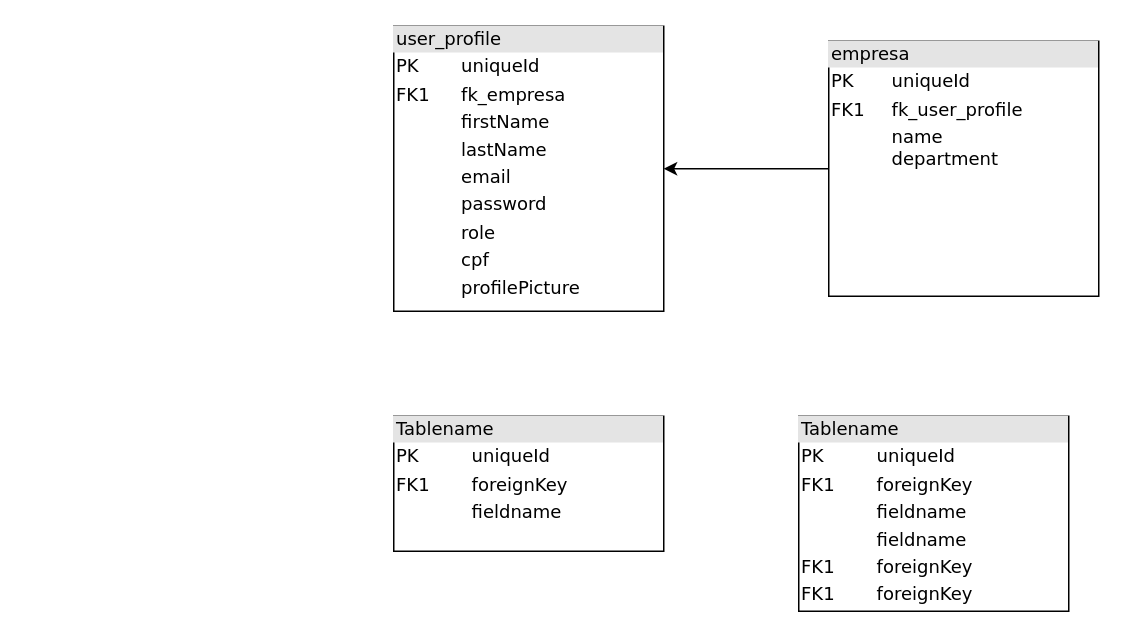
This is test.drawio from Pelifefe/learn-nodejs, a draw.io file, before an edit. Source tidied: cells renumbered, new cells numbered last; positions are measured from the earlier drawing's top-left corner, leaving out a move shared by most shapes. Both pictures are drawn from the tidied source at 150%, with x=0, y=0 at pixel (393, 26).
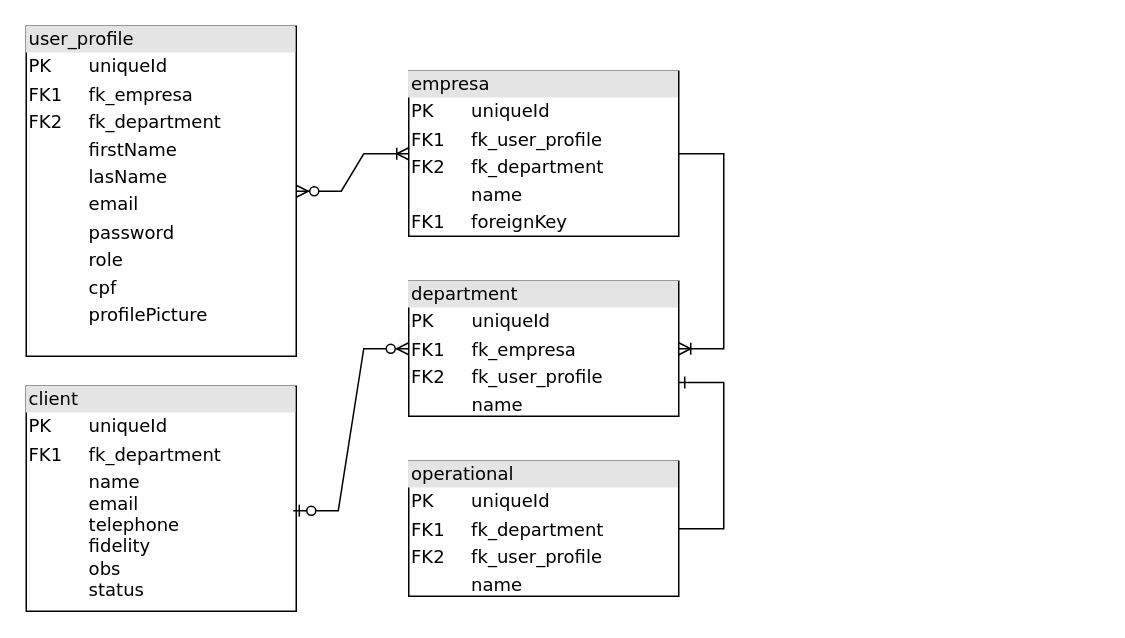
The same diagram, later.

Commit message:
update model ominitrix

Diff of the diagram source:
```diff
@@
 <mxGraphModel>
   <root>
     <mxCell id="0" />
     <mxCell id="1" parent="0" />
-    <mxCell id="2" value="&lt;div style=&quot;box-sizing:border-box;width:100%;background:#e4e4e4;padding:2px;&quot;&gt;Tablename&lt;/div&gt;&lt;table style=&quot;width:100%;font-size:1em;&quot; cellpadding=&quot;2&quot; cellspacing=&quot;0&quot;&gt;&lt;tr&gt;&lt;td&gt;PK&lt;/td&gt;&lt;td&gt;uniqueId&lt;/td&gt;&lt;/tr&gt;&lt;tr&gt;&lt;td&gt;FK1&lt;/td&gt;&lt;td&gt;foreignKey&lt;/td&gt;&lt;/tr&gt;&lt;tr&gt;&lt;td&gt;&lt;/td&gt;&lt;td&gt;fieldname&lt;/td&gt;&lt;/tr&gt;&lt;/table&gt;" style="verticalAlign=top;align=left;overflow=fill;html=1;rounded=0;shadow=0;comic=0;labelBackgroundColor=none;strokeWidth=1;fontFamily=Verdana;fontSize=12;" parent="1" vertex="1">
-      <mxGeometry y="260" width="180" height="90" as="geometry" />
+    <mxCell id="2" value="&lt;div style=&quot;box-sizing: border-box; width: 100%; background: rgb(228, 228, 228); padding: 2px;&quot;&gt;client&lt;/div&gt;&lt;table style=&quot;width:100%;font-size:1em;&quot; cellpadding=&quot;2&quot; cellspacing=&quot;0&quot;&gt;&lt;tbody&gt;&lt;tr&gt;&lt;td&gt;PK&lt;/td&gt;&lt;td&gt;uniqueId&lt;/td&gt;&lt;/tr&gt;&lt;tr&gt;&lt;td&gt;FK1&lt;/td&gt;&lt;td&gt;fk_department&lt;/td&gt;&lt;/tr&gt;&lt;tr&gt;&lt;td&gt;&lt;/td&gt;&lt;td&gt;name&lt;br&gt;email&lt;br&gt;telephone&lt;br&gt;fidelity&lt;br&gt;obs&lt;br&gt;status&lt;br&gt;&lt;br&gt;&lt;/td&gt;&lt;/tr&gt;&lt;/tbody&gt;&lt;/table&gt;" style="verticalAlign=top;align=left;overflow=fill;html=1;rounded=0;shadow=0;comic=0;labelBackgroundColor=none;strokeWidth=1;fontFamily=Verdana;fontSize=12;" parent="1" vertex="1">
+      <mxGeometry x="-245" y="240" width="180" height="150" as="geometry" />
     </mxCell>
-    <mxCell id="3" value="&lt;div style=&quot;box-sizing: border-box ; width: 100% ; background: #e4e4e4 ; padding: 2px&quot;&gt;Tablename&lt;/div&gt;&lt;table style=&quot;width: 100% ; font-size: 1em&quot; cellpadding=&quot;2&quot; cellspacing=&quot;0&quot;&gt;&lt;tbody&gt;&lt;tr&gt;&lt;td&gt;PK&lt;/td&gt;&lt;td&gt;uniqueId&lt;/td&gt;&lt;/tr&gt;&lt;tr&gt;&lt;td&gt;FK1&lt;/td&gt;&lt;td&gt;foreignKey&lt;/td&gt;&lt;/tr&gt;&lt;tr&gt;&lt;td&gt;&lt;/td&gt;&lt;td&gt;fieldname&lt;/td&gt;&lt;/tr&gt;&lt;tr&gt;&lt;td&gt;&lt;br&gt;&lt;/td&gt;&lt;td&gt;fieldname&lt;br&gt;&lt;/td&gt;&lt;/tr&gt;&lt;tr&gt;&lt;td&gt;FK1&lt;br&gt;&lt;/td&gt;&lt;td&gt;foreignKey&lt;br&gt;&lt;/td&gt;&lt;/tr&gt;&lt;tr&gt;&lt;td&gt;FK1&lt;br&gt;&lt;/td&gt;&lt;td&gt;foreignKey&lt;br&gt;&lt;/td&gt;&lt;/tr&gt;&lt;/tbody&gt;&lt;/table&gt;" style="verticalAlign=top;align=left;overflow=fill;html=1;rounded=0;shadow=0;comic=0;labelBackgroundColor=none;strokeWidth=1;fontFamily=Verdana;fontSize=12;" parent="1" vertex="1">
-      <mxGeometry x="270" y="260" width="180" height="130" as="geometry" />
+    <mxCell id="3" value="&lt;div style=&quot;box-sizing: border-box; width: 100%; background: rgb(228, 228, 228); padding: 2px;&quot;&gt;department&lt;/div&gt;&lt;table style=&quot;width: 100% ; font-size: 1em&quot; cellpadding=&quot;2&quot; cellspacing=&quot;0&quot;&gt;&lt;tbody&gt;&lt;tr&gt;&lt;td&gt;PK&lt;/td&gt;&lt;td&gt;uniqueId&lt;/td&gt;&lt;/tr&gt;&lt;tr&gt;&lt;td&gt;FK1&lt;/td&gt;&lt;td&gt;fk_empresa&lt;/td&gt;&lt;/tr&gt;&lt;tr&gt;&lt;td&gt;FK2&lt;/td&gt;&lt;td&gt;fk_user_profile&lt;/td&gt;&lt;/tr&gt;&lt;tr&gt;&lt;td&gt;&lt;br&gt;&lt;/td&gt;&lt;td&gt;name&lt;/td&gt;&lt;/tr&gt;&lt;tr&gt;&lt;td&gt;&lt;br&gt;&lt;/td&gt;&lt;td&gt;&lt;br&gt;&lt;/td&gt;&lt;/tr&gt;&lt;tr&gt;&lt;td&gt;&lt;br&gt;&lt;/td&gt;&lt;td&gt;&lt;br&gt;&lt;/td&gt;&lt;/tr&gt;&lt;/tbody&gt;&lt;/table&gt;" style="verticalAlign=top;align=left;overflow=fill;html=1;rounded=0;shadow=0;comic=0;labelBackgroundColor=none;strokeWidth=1;fontFamily=Verdana;fontSize=12;" parent="1" vertex="1">
+      <mxGeometry x="10" y="170" width="180" height="90" as="geometry" />
     </mxCell>
-    <mxCell id="4" value="&lt;div style=&quot;box-sizing: border-box; width: 100%; background: rgb(228, 228, 228); padding: 2px;&quot;&gt;user_profile&lt;/div&gt;&lt;table style=&quot;width: 100% ; font-size: 1em&quot; cellpadding=&quot;2&quot; cellspacing=&quot;0&quot;&gt;&lt;tbody&gt;&lt;tr&gt;&lt;td&gt;PK&lt;/td&gt;&lt;td&gt;uniqueId&lt;/td&gt;&lt;/tr&gt;&lt;tr&gt;&lt;td&gt;FK1&lt;/td&gt;&lt;td&gt;fk_empresa&lt;/td&gt;&lt;/tr&gt;&lt;tr&gt;&lt;td&gt;&lt;/td&gt;&lt;td&gt;firstName&lt;/td&gt;&lt;/tr&gt;&lt;tr&gt;&lt;td&gt;&lt;br&gt;&lt;/td&gt;&lt;td&gt;lastName&lt;br&gt;&lt;/td&gt;&lt;/tr&gt;&lt;tr&gt;&lt;td&gt;&lt;br&gt;&lt;/td&gt;&lt;td&gt;email&lt;br&gt;&lt;/td&gt;&lt;/tr&gt;&lt;tr&gt;&lt;td&gt;&lt;br&gt;&lt;/td&gt;&lt;td&gt;password&lt;br&gt;&lt;/td&gt;&lt;/tr&gt;&lt;tr&gt;&lt;td&gt;&lt;br&gt;&lt;/td&gt;&lt;td&gt;role&lt;/td&gt;&lt;/tr&gt;&lt;tr&gt;&lt;td&gt;&lt;br&gt;&lt;/td&gt;&lt;td&gt;cpf&lt;/td&gt;&lt;/tr&gt;&lt;tr&gt;&lt;td&gt;&lt;br&gt;&lt;/td&gt;&lt;td&gt;profilePicture&lt;/td&gt;&lt;/tr&gt;&lt;tr&gt;&lt;td&gt;&lt;br&gt;&lt;/td&gt;&lt;td&gt;&lt;br&gt;&lt;/td&gt;&lt;/tr&gt;&lt;tr&gt;&lt;td&gt;&lt;br&gt;&lt;/td&gt;&lt;td&gt;&lt;br&gt;&lt;/td&gt;&lt;/tr&gt;&lt;tr&gt;&lt;td&gt;&lt;br&gt;&lt;/td&gt;&lt;td&gt;&lt;br&gt;&lt;/td&gt;&lt;/tr&gt;&lt;/tbody&gt;&lt;/table&gt;" style="verticalAlign=top;align=left;overflow=fill;html=1;rounded=0;shadow=0;comic=0;labelBackgroundColor=none;strokeWidth=1;fontFamily=Verdana;fontSize=12;" parent="1" vertex="1">
-      <mxGeometry width="180" height="190" as="geometry" />
+    <mxCell id="4" value="&lt;div style=&quot;box-sizing: border-box; width: 100%; background: rgb(228, 228, 228); padding: 2px;&quot;&gt;user_profile&lt;/div&gt;&lt;table style=&quot;width: 100% ; font-size: 1em&quot; cellpadding=&quot;2&quot; cellspacing=&quot;0&quot;&gt;&lt;tbody&gt;&lt;tr&gt;&lt;td&gt;PK&lt;/td&gt;&lt;td&gt;uniqueId&lt;/td&gt;&lt;/tr&gt;&lt;tr&gt;&lt;td&gt;FK1&lt;/td&gt;&lt;td&gt;fk_empresa&lt;/td&gt;&lt;/tr&gt;&lt;tr&gt;&lt;td&gt;FK2&lt;/td&gt;&lt;td&gt;fk_department&lt;/td&gt;&lt;/tr&gt;&lt;tr&gt;&lt;td&gt;&lt;br&gt;&lt;/td&gt;&lt;td&gt;firstName&lt;/td&gt;&lt;/tr&gt;&lt;tr&gt;&lt;td&gt;&lt;br&gt;&lt;/td&gt;&lt;td&gt;lasName&lt;br&gt;&lt;/td&gt;&lt;/tr&gt;&lt;tr&gt;&lt;td&gt;&lt;br&gt;&lt;/td&gt;&lt;td&gt;email&lt;/td&gt;&lt;/tr&gt;&lt;tr&gt;&lt;td&gt;&lt;br&gt;&lt;/td&gt;&lt;td&gt;password&lt;/td&gt;&lt;/tr&gt;&lt;tr&gt;&lt;td&gt;&lt;br&gt;&lt;/td&gt;&lt;td&gt;role&lt;/td&gt;&lt;/tr&gt;&lt;tr&gt;&lt;td&gt;&lt;br&gt;&lt;/td&gt;&lt;td&gt;cpf&lt;/td&gt;&lt;/tr&gt;&lt;tr&gt;&lt;td&gt;&lt;br&gt;&lt;/td&gt;&lt;td&gt;profilePicture&lt;/td&gt;&lt;/tr&gt;&lt;tr&gt;&lt;td&gt;&lt;br&gt;&lt;/td&gt;&lt;td&gt;&lt;br&gt;&lt;/td&gt;&lt;/tr&gt;&lt;tr&gt;&lt;td&gt;&lt;br&gt;&lt;/td&gt;&lt;td&gt;&lt;br&gt;&lt;/td&gt;&lt;/tr&gt;&lt;/tbody&gt;&lt;/table&gt;" style="verticalAlign=top;align=left;overflow=fill;html=1;rounded=0;shadow=0;comic=0;labelBackgroundColor=none;strokeWidth=1;fontFamily=Verdana;fontSize=12;" parent="1" vertex="1">
+      <mxGeometry x="-245" width="180" height="220" as="geometry" />
     </mxCell>
-    <mxCell id="5" style="edgeStyle=orthogonalEdgeStyle;rounded=0;jettySize=auto;html=1;" parent="1" edge="1" source="6" target="4">
-      <mxGeometry relative="1" as="geometry" />
-    </mxCell>
-    <mxCell id="6" value="&lt;div style=&quot;box-sizing: border-box; width: 100%; background: rgb(228, 228, 228); padding: 2px;&quot;&gt;empresa&lt;/div&gt;&lt;table style=&quot;width:100%;font-size:1em;&quot; cellpadding=&quot;2&quot; cellspacing=&quot;0&quot;&gt;&lt;tbody&gt;&lt;tr&gt;&lt;td&gt;PK&lt;/td&gt;&lt;td&gt;uniqueId&lt;/td&gt;&lt;/tr&gt;&lt;tr&gt;&lt;td&gt;FK1&lt;/td&gt;&lt;td&gt;fk_user_profile&lt;/td&gt;&lt;/tr&gt;&lt;tr&gt;&lt;td&gt;&lt;/td&gt;&lt;td&gt;name&lt;br&gt;department&lt;br&gt;&lt;br&gt;&lt;br&gt;&lt;/td&gt;&lt;/tr&gt;&lt;/tbody&gt;&lt;/table&gt;" style="verticalAlign=top;align=left;overflow=fill;html=1;rounded=0;shadow=0;comic=0;labelBackgroundColor=none;strokeWidth=1;fontFamily=Verdana;fontSize=12;" parent="1" vertex="1">
-      <mxGeometry x="290" y="10" width="180" height="170" as="geometry" />
-    </mxCell>
+    <mxCell id="7" value="&lt;div style=&quot;box-sizing: border-box; width: 100%; background: rgb(228, 228, 228); padding: 2px;&quot;&gt;empresa&lt;/div&gt;&lt;table style=&quot;width: 100% ; font-size: 1em&quot; cellpadding=&quot;2&quot; cellspacing=&quot;0&quot;&gt;&lt;tbody&gt;&lt;tr&gt;&lt;td&gt;PK&lt;/td&gt;&lt;td&gt;uniqueId&lt;/td&gt;&lt;/tr&gt;&lt;tr&gt;&lt;td&gt;FK1&lt;/td&gt;&lt;td&gt;fk_user_profile&lt;/td&gt;&lt;/tr&gt;&lt;tr&gt;&lt;td&gt;FK2&lt;/td&gt;&lt;td&gt;fk_department&lt;/td&gt;&lt;/tr&gt;&lt;tr&gt;&lt;td&gt;&lt;br&gt;&lt;/td&gt;&lt;td&gt;name&lt;br&gt;&lt;/td&gt;&lt;/tr&gt;&lt;tr&gt;&lt;td&gt;FK1&lt;br&gt;&lt;/td&gt;&lt;td&gt;foreignKey&lt;br&gt;&lt;/td&gt;&lt;/tr&gt;&lt;tr&gt;&lt;td&gt;&lt;br&gt;&lt;/td&gt;&lt;td&gt;&lt;br&gt;&lt;/td&gt;&lt;/tr&gt;&lt;/tbody&gt;&lt;/table&gt;" style="verticalAlign=top;align=left;overflow=fill;html=1;rounded=0;shadow=0;comic=0;labelBackgroundColor=none;strokeWidth=1;fontFamily=Verdana;fontSize=12;" parent="1" vertex="1">
+      <mxGeometry x="10" y="30" width="180" height="110" as="geometry" />
+    </mxCell>
+    <mxCell id="8" value="&lt;div style=&quot;box-sizing: border-box; width: 100%; background: rgb(228, 228, 228); padding: 2px;&quot;&gt;operational&lt;/div&gt;&lt;table style=&quot;width: 100% ; font-size: 1em&quot; cellpadding=&quot;2&quot; cellspacing=&quot;0&quot;&gt;&lt;tbody&gt;&lt;tr&gt;&lt;td&gt;PK&lt;/td&gt;&lt;td&gt;uniqueId&lt;/td&gt;&lt;/tr&gt;&lt;tr&gt;&lt;td&gt;FK1&lt;/td&gt;&lt;td&gt;fk_department&lt;/td&gt;&lt;/tr&gt;&lt;tr&gt;&lt;td&gt;FK2&lt;/td&gt;&lt;td&gt;fk_user_profile&lt;/td&gt;&lt;/tr&gt;&lt;tr&gt;&lt;td&gt;&lt;br&gt;&lt;/td&gt;&lt;td&gt;name&lt;/td&gt;&lt;/tr&gt;&lt;tr&gt;&lt;td&gt;&lt;br&gt;&lt;/td&gt;&lt;td&gt;&lt;br&gt;&lt;/td&gt;&lt;/tr&gt;&lt;tr&gt;&lt;td&gt;&lt;br&gt;&lt;/td&gt;&lt;td&gt;&lt;br&gt;&lt;/td&gt;&lt;/tr&gt;&lt;/tbody&gt;&lt;/table&gt;" style="verticalAlign=top;align=left;overflow=fill;html=1;rounded=0;shadow=0;comic=0;labelBackgroundColor=none;strokeWidth=1;fontFamily=Verdana;fontSize=12;" parent="1" vertex="1">
+      <mxGeometry x="10" y="290" width="180" height="90" as="geometry" />
+    </mxCell>
+    <mxCell id="9" style="edgeStyle=entityRelationEdgeStyle;fontSize=12;html=1;endArrow=ERoneToMany;rounded=0;entryX=1;entryY=0.5;entryDx=0;entryDy=0;exitX=1;exitY=0.5;exitDx=0;exitDy=0;" parent="1" edge="1" source="7" target="3">
+      <mxGeometry relative="1" as="geometry">
+        <Array as="points">
+          <mxPoint x="249.5" y="190" />
+          <mxPoint x="249.5" y="190" />
+          <mxPoint x="280" y="110" />
+          <mxPoint x="300" y="110" />
+        </Array>
+      </mxGeometry>
+    </mxCell>
+    <mxCell id="10" style="edgeStyle=entityRelationEdgeStyle;fontSize=12;html=1;endArrow=ERone;endFill=1;rounded=0;entryX=1;entryY=0.75;entryDx=0;entryDy=0;exitX=1;exitY=0.5;exitDx=0;exitDy=0;" parent="1" edge="1" source="8" target="3">
+      <mxGeometry relative="1" as="geometry">
+        <Array as="points">
+          <mxPoint x="245" y="325" />
+        </Array>
+      </mxGeometry>
+    </mxCell>
+    <mxCell id="11" style="edgeStyle=entityRelationEdgeStyle;fontSize=12;html=1;endArrow=ERzeroToMany;startArrow=ERzeroToOne;rounded=0;entryX=0;entryY=0.5;entryDx=0;entryDy=0;exitX=0.989;exitY=0.553;exitDx=0;exitDy=0;exitPerimeter=0;" parent="1" edge="1" source="2" target="3">
+      <mxGeometry relative="1" as="geometry" />
+    </mxCell>
+    <mxCell id="12" style="edgeStyle=entityRelationEdgeStyle;fontSize=12;html=1;endArrow=ERoneToMany;startArrow=ERzeroToMany;rounded=0;exitX=1;exitY=0.5;exitDx=0;exitDy=0;" parent="1" edge="1" source="4" target="7">
+      <mxGeometry relative="1" as="geometry">
+        <Array as="points">
+          <mxPoint x="270" y="115" />
+        </Array>
+      </mxGeometry>
+    </mxCell>
   </root>
 </mxGraphModel>
```
